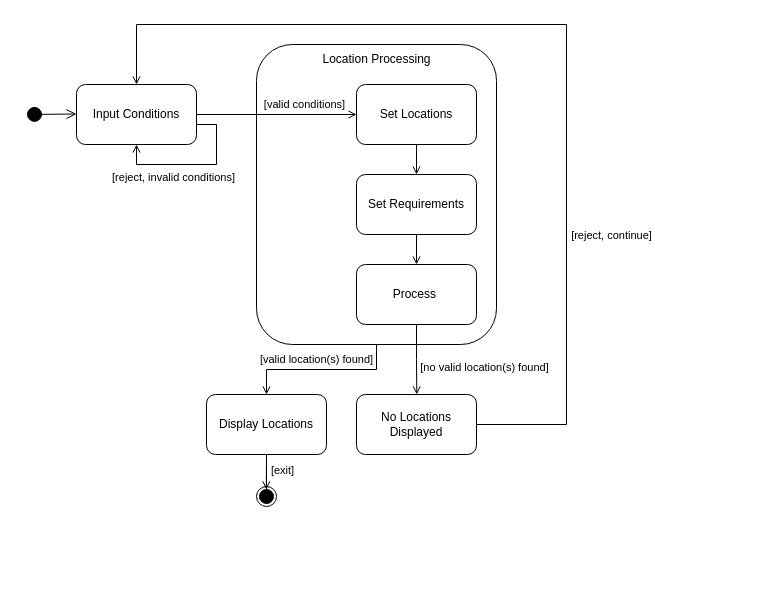
Earlier version of the draw.io diagram UML/DrawIO/StateMachine.drawio (ALEEF02/PrecisionLocationProcessor). Source tidied: cells renumbered, new cells numbered last; positions are measured from the earlier drawing's top-left corner, leaving out a move shared by most shapes. Both pictures are drawn from the tidied source at 100%, with x=0, y=0 at pixel (26, 24).
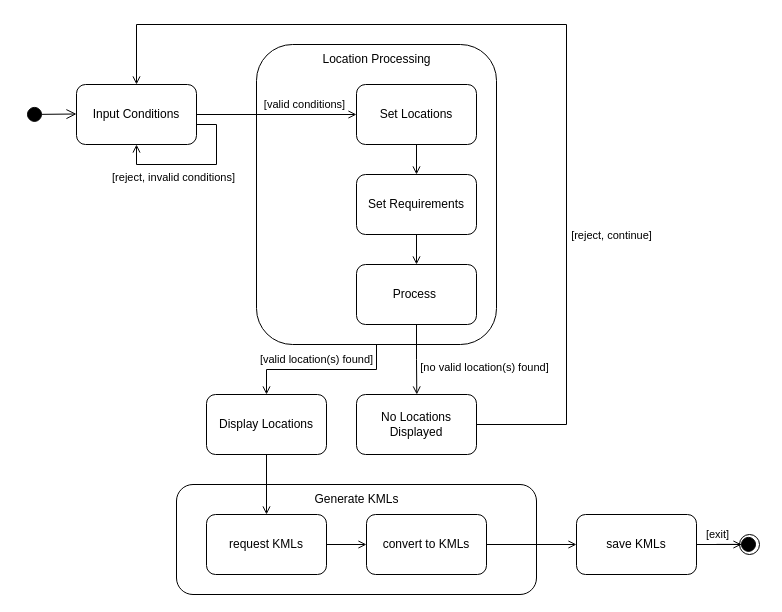
The same diagram, later.

Unchanged cells that the change refers to:
```xml
<mxCell id="22" value="Display Locations" style="rounded=1;whiteSpace=wrap;html=1;" parent="1" vertex="1">
  <mxGeometry x="180" y="370" width="120" height="60" as="geometry" />
</mxCell>
```

What changed in the source:
```diff
@@
-    <mxCell id="2" style="verticalLabelPosition=bottom;verticalAlign=top;html=1;shape=mxgraph.flowchart.on-page_reference;" parent="1" vertex="1">
-      <mxGeometry x="230" y="462" width="20" height="20" as="geometry" />
-    </mxCell>
+    <mxCell id="27" style="ellipse;whiteSpace=wrap;html=1;" parent="1" vertex="1">
+      <mxGeometry x="713" y="510" width="20" height="20" as="geometry" />
+    </mxCell>
+    <mxCell id="28" style="rounded=1;whiteSpace=wrap;html=1;" parent="1" vertex="1">
+      <mxGeometry x="150" y="460" width="360" height="110" as="geometry" />
+    </mxCell>
@@
-    <mxCell id="21" style="edgeStyle=orthogonalEdgeStyle;rounded=0;orthogonalLoop=1;jettySize=auto;html=1;exitX=0.5;exitY=1;exitDx=0;exitDy=0;endArrow=open;endFill=0;" parent="1" edge="1">
-      <mxGeometry relative="1" as="geometry">
-        <mxPoint x="240" y="435" as="sourcePoint" />
-        <mxPoint x="239.8" y="465" as="targetPoint" />
-      </mxGeometry>
-    </mxCell>
+    <mxCell id="29" style="edgeStyle=orthogonalEdgeStyle;rounded=0;jettySize=auto;html=1;entryX=0.5;entryY=0;entryDx=0;entryDy=0;endArrow=open;endFill=0;" parent="1" edge="1" source="22" target="31">
+      <mxGeometry relative="1" as="geometry" />
+    </mxCell>
@@
-    <mxCell id="23" style="html=1;verticalAlign=bottom;startArrow=circle;startFill=1;endArrow=none;startSize=6;endSize=8;curved=0;rounded=0;entryX=0.5;entryY=1;entryDx=0;entryDy=0;endFill=0;" parent="1" edge="1" target="22">
-      <mxGeometry relative="1" as="geometry">
-        <mxPoint x="240" y="480" as="sourcePoint" />
-      </mxGeometry>
-    </mxCell>
-    <mxCell id="24" value="[exit]" style="edgeLabel;html=1;align=center;verticalAlign=middle;" parent="23" vertex="1">
-      <mxGeometry x="0.41" y="3" relative="1" as="geometry">
-        <mxPoint x="18" as="offset" />
-      </mxGeometry>
-    </mxCell>
@@
+    <mxCell id="30" style="edgeStyle=orthogonalEdgeStyle;rounded=0;jettySize=auto;html=1;exitX=1;exitY=0.5;exitDx=0;exitDy=0;endArrow=open;endFill=0;" parent="1" edge="1" source="31" target="33">
+      <mxGeometry relative="1" as="geometry" />
+    </mxCell>
+    <mxCell id="31" value="request KMLs" style="rounded=1;whiteSpace=wrap;html=1;" parent="1" vertex="1">
+      <mxGeometry x="180" y="490" width="120" height="60" as="geometry" />
+    </mxCell>
+    <mxCell id="32" style="edgeStyle=orthogonalEdgeStyle;rounded=0;jettySize=auto;html=1;exitX=1;exitY=0.5;exitDx=0;exitDy=0;entryX=0;entryY=0.5;entryDx=0;entryDy=0;endArrow=open;endFill=0;" parent="1" edge="1" source="33" target="35">
+      <mxGeometry relative="1" as="geometry" />
+    </mxCell>
+    <mxCell id="33" value="convert to KMLs" style="rounded=1;whiteSpace=wrap;html=1;" parent="1" vertex="1">
+      <mxGeometry x="340" y="490" width="120" height="60" as="geometry" />
+    </mxCell>
+    <mxCell id="34" style="edgeStyle=orthogonalEdgeStyle;rounded=0;jettySize=auto;html=1;exitX=1;exitY=0.5;exitDx=0;exitDy=0;endArrow=open;endFill=0;" parent="1" edge="1" source="35">
+      <mxGeometry relative="1" as="geometry">
+        <mxPoint x="715" y="520" as="targetPoint" />
+      </mxGeometry>
+    </mxCell>
+    <mxCell id="35" value="save KMLs" style="rounded=1;whiteSpace=wrap;html=1;" parent="1" vertex="1">
+      <mxGeometry x="550" y="490" width="120" height="60" as="geometry" />
+    </mxCell>
+    <mxCell id="36" value="Generate KMLs" style="text;html=1;align=center;verticalAlign=middle;strokeColor=none;fillColor=none;" parent="1" vertex="1">
+      <mxGeometry x="275" y="460" width="110" height="30" as="geometry" />
+    </mxCell>
+    <mxCell id="37" style="html=1;verticalAlign=bottom;startArrow=circle;startFill=1;endArrow=none;startSize=6;endSize=8;curved=0;rounded=0;entryX=1;entryY=0.5;entryDx=0;entryDy=0;endFill=0;" parent="1" edge="1">
+      <mxGeometry relative="1" as="geometry">
+        <mxPoint x="730" y="519.9" as="sourcePoint" />
+        <mxPoint x="690" y="519.9" as="targetPoint" />
+      </mxGeometry>
+    </mxCell>
+    <mxCell id="24" value="[exit]" style="edgeLabel;html=1;align=center;verticalAlign=middle;" parent="37" vertex="1">
+      <mxGeometry x="0.52" y="-5" relative="1" as="geometry">
+        <mxPoint x="-10" y="-5" as="offset" />
+      </mxGeometry>
+    </mxCell>
```
